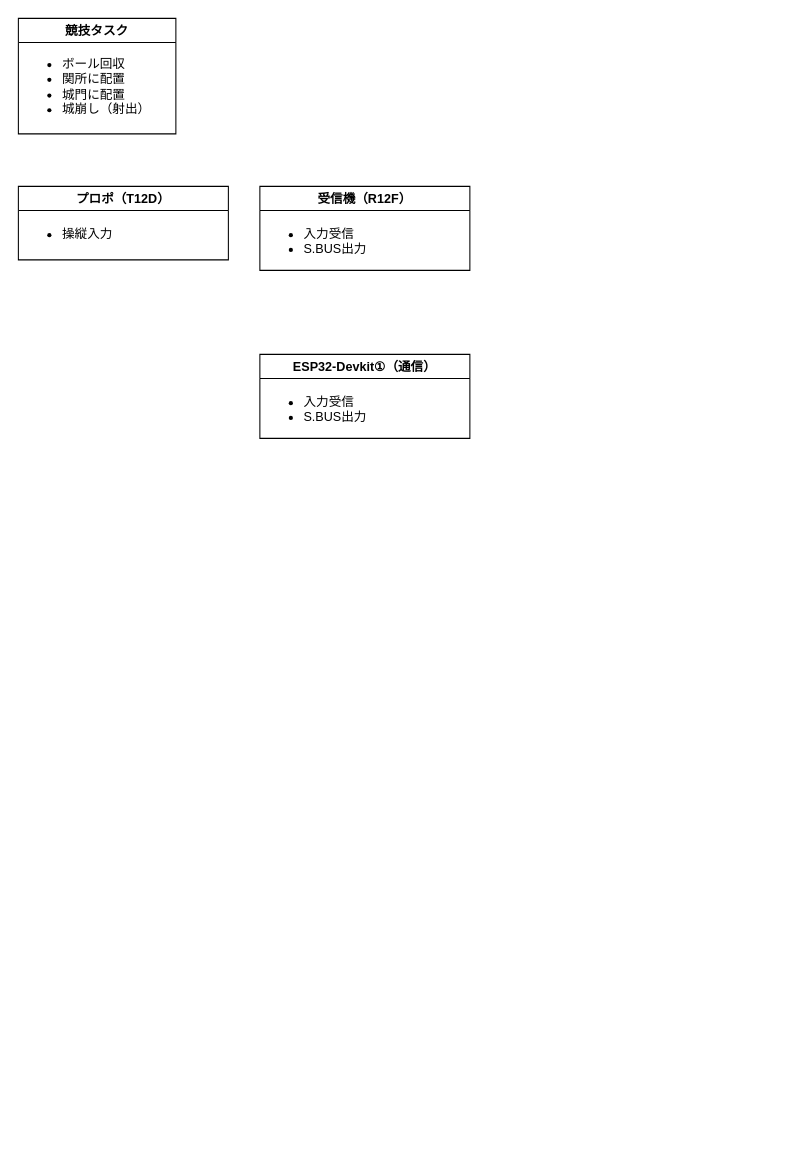
Above: とうロボ2026_G-robo_システム構成.drawio in e3kef/tourobo2026-Grobo (draw.io), before the change. Source tidied: cells renumbered, new cells numbered last; positions are measured from the earlier drawing's top-left corner, leaving out a move shared by most shapes. Both pictures are drawn from the tidied source at 105%, with x=0, y=0 at pixel (18, 18).
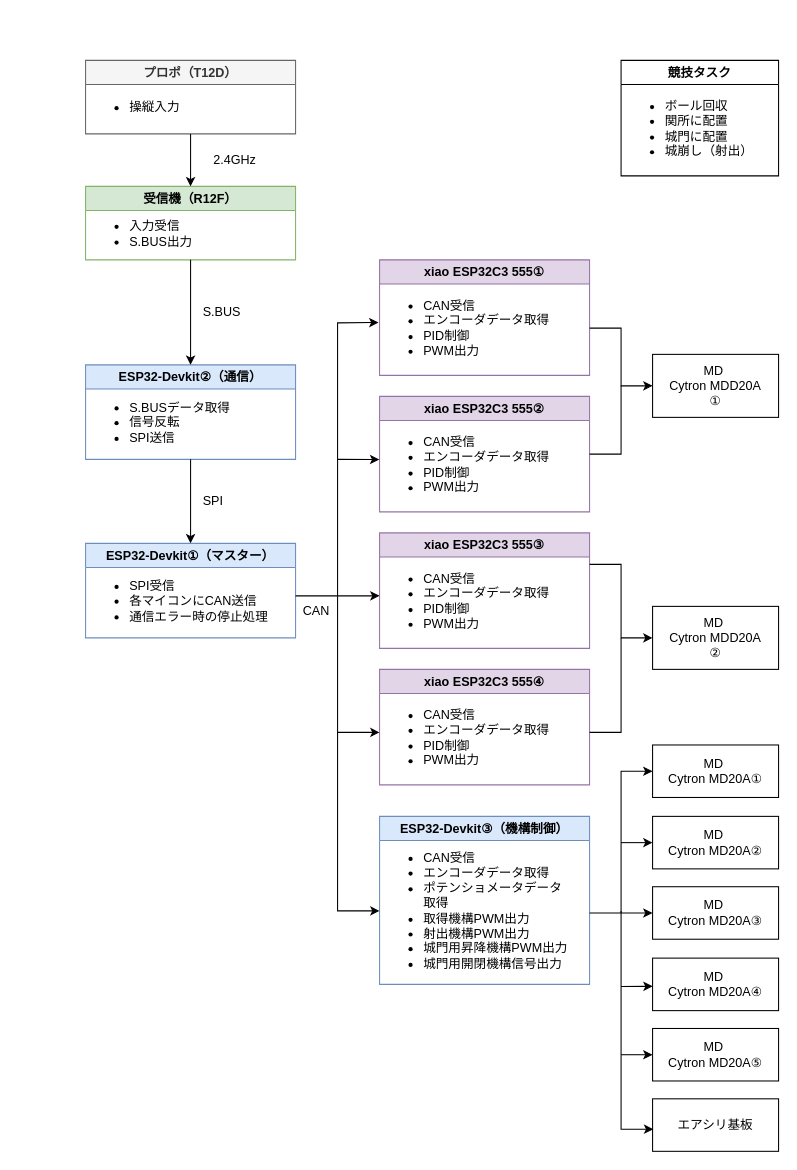
After the change.

What changed in the source:
```diff
@@
     <mxCell id="2" value="競技タスク" style="swimlane;whiteSpace=wrap;html=1;" parent="1" vertex="1">
-      <mxGeometry width="150" height="110" as="geometry" />
+      <mxGeometry x="574" y="40" width="150" height="110" as="geometry" />
     </mxCell>
@@
-    <mxCell id="4" value="プロポ（T12D）" style="swimlane;whiteSpace=wrap;html=1;startSize=23;" parent="1" vertex="1">
-      <mxGeometry y="160" width="200" height="70" as="geometry" />
+    <mxCell id="4" value="プロポ（T12D）" style="swimlane;whiteSpace=wrap;html=1;startSize=23;fillColor=#f5f5f5;strokeColor=#666666;fontColor=#333333;" parent="1" vertex="1">
+      <mxGeometry x="64" y="40" width="200" height="70" as="geometry" />
     </mxCell>
-    <mxCell id="5" value="&lt;ul&gt;&lt;li&gt;操縦入力&lt;/li&gt;&lt;/ul&gt;" style="text;html=1;whiteSpace=wrap;strokeColor=none;fillColor=none;align=left;verticalAlign=top;rounded=0;" parent="4" vertex="1">
-      <mxGeometry y="20" width="200" height="30" as="geometry" />
+    <mxCell id="5" value="&lt;ul&gt;&lt;li&gt;操縦入力&lt;/li&gt;&lt;/ul&gt;" style="text;html=1;whiteSpace=wrap;strokeColor=none;fillColor=none;align=left;verticalAlign=middle;rounded=0;" parent="4" vertex="1">
+      <mxGeometry y="30" width="200" height="30" as="geometry" />
     </mxCell>
-    <mxCell id="6" value="受信機（R12F）" style="swimlane;whiteSpace=wrap;html=1;startSize=23;" parent="1" vertex="1">
-      <mxGeometry x="230" y="160" width="200" height="80" as="geometry" />
+    <mxCell id="6" value="受信機（R12F）" style="swimlane;whiteSpace=wrap;html=1;startSize=23;fillColor=#d5e8d4;strokeColor=#82b366;" parent="1" vertex="1">
+      <mxGeometry x="64" y="160" width="200" height="70" as="geometry" />
     </mxCell>
-    <mxCell id="7" value="&lt;div&gt;&lt;ul&gt;&lt;li&gt;入力受信&lt;/li&gt;&lt;li&gt;S.BUS出力&lt;/li&gt;&lt;/ul&gt;&lt;/div&gt;" style="text;html=1;whiteSpace=wrap;strokeColor=none;fillColor=none;align=left;verticalAlign=top;rounded=0;" parent="6" vertex="1">
-      <mxGeometry y="20" width="200" height="30" as="geometry" />
+    <mxCell id="7" value="&lt;div&gt;&lt;ul&gt;&lt;li&gt;入力受信&lt;/li&gt;&lt;li&gt;S.BUS出力&lt;/li&gt;&lt;/ul&gt;&lt;/div&gt;" style="text;html=1;whiteSpace=wrap;strokeColor=none;fillColor=none;align=left;verticalAlign=middle;rounded=0;" parent="6" vertex="1">
+      <mxGeometry y="30" width="200" height="30" as="geometry" />
     </mxCell>
-    <mxCell id="8" value="&lt;div&gt;ESP32-Devkit①（通信）&lt;/div&gt;" style="swimlane;whiteSpace=wrap;html=1;startSize=23;" parent="1" vertex="1">
-      <mxGeometry x="230" y="320" width="200" height="80" as="geometry" />
+    <mxCell id="8" value="&lt;div&gt;ESP32-Devkit②（通信）&lt;/div&gt;" style="swimlane;whiteSpace=wrap;html=1;startSize=23;fillColor=#dae8fc;strokeColor=#6c8ebf;" parent="1" vertex="1">
+      <mxGeometry x="64" y="330" width="200" height="90" as="geometry" />
     </mxCell>
-    <mxCell id="9" value="&lt;div&gt;&lt;ul&gt;&lt;li&gt;入力受信&lt;/li&gt;&lt;li&gt;S.BUS出力&lt;/li&gt;&lt;/ul&gt;&lt;/div&gt;" style="text;html=1;whiteSpace=wrap;strokeColor=none;fillColor=none;align=left;verticalAlign=top;rounded=0;" parent="8" vertex="1">
-      <mxGeometry y="20" width="200" height="30" as="geometry" />
+    <mxCell id="9" value="&lt;ul&gt;&lt;li&gt;S.BUSデータ取得&lt;/li&gt;&lt;li&gt;信号反転&lt;/li&gt;&lt;li&gt;SPI送信&lt;/li&gt;&lt;/ul&gt;" style="text;html=1;whiteSpace=wrap;strokeColor=none;fillColor=none;align=left;verticalAlign=middle;rounded=0;" parent="8" vertex="1">
+      <mxGeometry y="40" width="200" height="30" as="geometry" />
     </mxCell>
+    <mxCell id="10" value="xiao ESP32C3 555①" style="swimlane;whiteSpace=wrap;html=1;startSize=23;fillColor=#e1d5e7;strokeColor=#9673a6;" parent="1" vertex="1">
+      <mxGeometry x="344" y="230" width="200" height="110" as="geometry" />
+    </mxCell>
+    <mxCell id="11" value="&lt;ul&gt;&lt;li&gt;CAN受信&lt;/li&gt;&lt;li&gt;エンコーダデータ取得&lt;/li&gt;&lt;li&gt;PID制御&lt;/li&gt;&lt;li&gt;PWM出力&lt;/li&gt;&lt;/ul&gt;" style="text;html=1;whiteSpace=wrap;strokeColor=none;fillColor=none;align=left;verticalAlign=middle;rounded=0;" parent="10" vertex="1">
+      <mxGeometry y="50" width="200" height="30" as="geometry" />
+    </mxCell>
+    <mxCell id="12" value="xiao ESP32C3 555②" style="swimlane;whiteSpace=wrap;html=1;startSize=23;fillColor=#e1d5e7;strokeColor=#9673a6;" parent="1" vertex="1">
+      <mxGeometry x="344" y="360" width="200" height="110" as="geometry" />
+    </mxCell>
+    <mxCell id="13" value="&lt;ul&gt;&lt;li&gt;CAN受信&lt;/li&gt;&lt;li&gt;エンコーダデータ取得&lt;/li&gt;&lt;li&gt;PID制御&lt;/li&gt;&lt;li&gt;PWM出力&lt;/li&gt;&lt;/ul&gt;" style="text;html=1;whiteSpace=wrap;strokeColor=none;fillColor=none;align=left;verticalAlign=middle;rounded=0;" parent="12" vertex="1">
+      <mxGeometry y="50" width="200" height="30" as="geometry" />
+    </mxCell>
+    <mxCell id="14" value="xiao ESP32C3 555③" style="swimlane;whiteSpace=wrap;html=1;startSize=23;fillColor=#e1d5e7;strokeColor=#9673a6;" parent="1" vertex="1">
+      <mxGeometry x="344" y="490" width="200" height="110" as="geometry" />
+    </mxCell>
+    <mxCell id="15" value="&lt;ul&gt;&lt;li&gt;CAN受信&lt;/li&gt;&lt;li&gt;エンコーダデータ取得&lt;/li&gt;&lt;li&gt;PID制御&lt;/li&gt;&lt;li&gt;PWM出力&lt;/li&gt;&lt;/ul&gt;" style="text;html=1;whiteSpace=wrap;strokeColor=none;fillColor=none;align=left;verticalAlign=middle;rounded=0;" parent="14" vertex="1">
+      <mxGeometry y="50" width="200" height="30" as="geometry" />
+    </mxCell>
+    <mxCell id="16" value="xiao ESP32C3 555④" style="swimlane;whiteSpace=wrap;html=1;startSize=23;fillColor=#e1d5e7;strokeColor=#9673a6;" parent="1" vertex="1">
+      <mxGeometry x="344" y="620" width="200" height="110" as="geometry" />
+    </mxCell>
+    <mxCell id="17" value="&lt;ul&gt;&lt;li&gt;CAN受信&lt;/li&gt;&lt;li&gt;エンコーダデータ取得&lt;/li&gt;&lt;li&gt;PID制御&lt;/li&gt;&lt;li&gt;PWM出力&lt;/li&gt;&lt;/ul&gt;" style="text;html=1;whiteSpace=wrap;strokeColor=none;fillColor=none;align=left;verticalAlign=middle;rounded=0;" parent="16" vertex="1">
+      <mxGeometry y="50" width="200" height="30" as="geometry" />
+    </mxCell>
+    <mxCell id="18" value="&lt;div&gt;ESP32-Devkit①（マスター）&lt;/div&gt;" style="swimlane;whiteSpace=wrap;html=1;startSize=23;fillColor=#dae8fc;strokeColor=#6c8ebf;" parent="1" vertex="1">
+      <mxGeometry x="64" y="500" width="200" height="90" as="geometry" />
+    </mxCell>
+    <mxCell id="19" value="&lt;ul&gt;&lt;li&gt;SPI受信&lt;/li&gt;&lt;li&gt;各マイコンにCAN送信&lt;/li&gt;&lt;li&gt;通信エラー時の停止処理&lt;/li&gt;&lt;/ul&gt;" style="text;html=1;whiteSpace=wrap;strokeColor=none;fillColor=none;align=left;verticalAlign=middle;rounded=0;" parent="18" vertex="1">
+      <mxGeometry y="40" width="200" height="30" as="geometry" />
+    </mxCell>
+    <mxCell id="20" value="&lt;div&gt;ESP32-Devkit③（機構制御）&lt;/div&gt;" style="swimlane;whiteSpace=wrap;html=1;startSize=23;fillColor=#dae8fc;strokeColor=#6c8ebf;" parent="1" vertex="1">
+      <mxGeometry x="344" y="760" width="200" height="160" as="geometry" />
+    </mxCell>
+    <mxCell id="21" value="&lt;ul&gt;&lt;li&gt;CAN受信&lt;/li&gt;&lt;li&gt;&lt;div align=&quot;left&quot;&gt;エンコーダデータ取得&lt;/div&gt;&lt;/li&gt;&lt;li&gt;ポテンショメータデータ取得&lt;/li&gt;&lt;li&gt;取得機構PWM出力&lt;/li&gt;&lt;li&gt;射出機構PWM出力&lt;/li&gt;&lt;li&gt;城門用昇降機構PWM出力&lt;/li&gt;&lt;li&gt;城門用開閉機構信号出力&lt;/li&gt;&lt;/ul&gt;" style="text;html=1;whiteSpace=wrap;strokeColor=none;fillColor=none;align=left;verticalAlign=middle;rounded=0;" parent="20" vertex="1">
+      <mxGeometry y="75" width="180" height="30" as="geometry" />
+    </mxCell>
+    <mxCell id="22" style="endArrow=classic;html=1;rounded=0;exitX=0.5;exitY=1;exitDx=0;exitDy=0;entryX=0.5;entryY=0;entryDx=0;entryDy=0;" parent="1" edge="1" source="6" target="8">
+      <mxGeometry relative="1" as="geometry" />
+    </mxCell>
+    <mxCell id="23" style="endArrow=classic;html=1;rounded=0;exitX=0.5;exitY=1;exitDx=0;exitDy=0;" parent="1" edge="1" source="4" target="6">
+      <mxGeometry relative="1" as="geometry" />
+    </mxCell>
+    <mxCell id="24" style="endArrow=classic;html=1;rounded=0;exitX=0.5;exitY=1;exitDx=0;exitDy=0;" parent="1" edge="1" source="8" target="18">
+      <mxGeometry relative="1" as="geometry" />
+    </mxCell>
+    <mxCell id="25" value="2.4GHz" style="text;html=1;whiteSpace=wrap;strokeColor=none;fillColor=none;align=left;verticalAlign=middle;rounded=0;" parent="1" vertex="1">
+      <mxGeometry x="184" y="120" width="60" height="30" as="geometry" />
+    </mxCell>
+    <mxCell id="26" value="S.BUS" style="text;html=1;whiteSpace=wrap;strokeColor=none;fillColor=none;align=left;verticalAlign=middle;rounded=0;" parent="1" vertex="1">
+      <mxGeometry x="174" y="265" width="60" height="30" as="geometry" />
+    </mxCell>
+    <mxCell id="27" value="SPI" style="text;html=1;whiteSpace=wrap;strokeColor=none;fillColor=none;align=left;verticalAlign=middle;rounded=0;" parent="1" vertex="1">
+      <mxGeometry x="174" y="445" width="60" height="30" as="geometry" />
+    </mxCell>
+    <mxCell id="28" style="endArrow=none;html=1;rounded=0;" parent="1" edge="1">
+      <mxGeometry relative="1" as="geometry">
+        <mxPoint x="264" y="550" as="sourcePoint" />
+        <mxPoint x="304" y="550" as="targetPoint" />
+      </mxGeometry>
+    </mxCell>
+    <mxCell id="29" style="endArrow=classic;html=1;rounded=0;entryX=-0.005;entryY=0.322;entryDx=0;entryDy=0;entryPerimeter=0;" parent="1" edge="1" target="11">
+      <mxGeometry relative="1" as="geometry">
+        <mxPoint x="304" y="550" as="sourcePoint" />
+        <Array as="points">
+          <mxPoint x="304" y="290" />
+        </Array>
+      </mxGeometry>
+    </mxCell>
+    <mxCell id="30" style="endArrow=classic;html=1;rounded=0;entryX=0;entryY=0.5;entryDx=0;entryDy=0;" parent="1" edge="1" target="21">
+      <mxGeometry relative="1" as="geometry">
+        <mxPoint x="304" y="550" as="sourcePoint" />
+        <Array as="points">
+          <mxPoint x="304" y="850" />
+        </Array>
+      </mxGeometry>
+    </mxCell>
+    <mxCell id="31" style="endArrow=classic;html=1;rounded=0;entryX=0;entryY=0.333;entryDx=0;entryDy=0;entryPerimeter=0;" parent="1" edge="1" target="15">
+      <mxGeometry relative="1" as="geometry">
+        <mxPoint x="304" y="550" as="sourcePoint" />
+      </mxGeometry>
+    </mxCell>
+    <mxCell id="32" style="endArrow=classic;html=1;rounded=0;entryX=-0.001;entryY=0.338;entryDx=0;entryDy=0;entryPerimeter=0;" parent="1" edge="1" target="13">
+      <mxGeometry relative="1" as="geometry">
+        <mxPoint x="304" y="420" as="sourcePoint" />
+      </mxGeometry>
+    </mxCell>
+    <mxCell id="33" style="endArrow=classic;html=1;rounded=0;" parent="1" edge="1">
+      <mxGeometry relative="1" as="geometry">
+        <mxPoint x="304" y="680" as="sourcePoint" />
+        <mxPoint x="344" y="680" as="targetPoint" />
+      </mxGeometry>
+    </mxCell>
+    <mxCell id="34" value="CAN" style="text;html=1;whiteSpace=wrap;strokeColor=none;fillColor=none;align=center;verticalAlign=middle;rounded=0;" parent="1" vertex="1">
+      <mxGeometry x="254" y="550" width="60" height="30" as="geometry" />
+    </mxCell>
+    <mxCell id="35" value="MD&amp;nbsp;&lt;br&gt;Cytron MDD20A&lt;br&gt;①" style="rounded=0;whiteSpace=wrap;html=1;" parent="1" vertex="1">
+      <mxGeometry x="604" y="320" width="120" height="60" as="geometry" />
+    </mxCell>
+    <mxCell id="36" value="MD&amp;nbsp;&lt;br&gt;Cytron MDD20A&lt;br&gt;②" style="rounded=0;whiteSpace=wrap;html=1;" parent="1" vertex="1">
+      <mxGeometry x="604" y="560" width="120" height="60" as="geometry" />
+    </mxCell>
+    <mxCell id="37" style="endArrow=classic;html=1;rounded=0;exitX=1;exitY=0.5;exitDx=0;exitDy=0;entryX=0;entryY=0.5;entryDx=0;entryDy=0;" parent="1" edge="1" source="11" target="35">
+      <mxGeometry relative="1" as="geometry">
+        <Array as="points">
+          <mxPoint x="574" y="295" />
+          <mxPoint x="574" y="350" />
+        </Array>
+      </mxGeometry>
+    </mxCell>
+    <mxCell id="38" style="endArrow=none;html=1;rounded=0;exitX=1;exitY=0.5;exitDx=0;exitDy=0;" parent="1" edge="1" source="12">
+      <mxGeometry relative="1" as="geometry">
+        <mxPoint x="574" y="350" as="targetPoint" />
+        <Array as="points">
+          <mxPoint x="574" y="415" />
+        </Array>
+      </mxGeometry>
+    </mxCell>
+    <mxCell id="39" style="endArrow=classic;html=1;rounded=0;entryX=0;entryY=0.5;entryDx=0;entryDy=0;" parent="1" edge="1">
+      <mxGeometry relative="1" as="geometry">
+        <mxPoint x="544" y="520" as="sourcePoint" />
+        <mxPoint x="604" y="590" as="targetPoint" />
+        <Array as="points">
+          <mxPoint x="574" y="520" />
+          <mxPoint x="574" y="590" />
+        </Array>
+      </mxGeometry>
+    </mxCell>
+    <mxCell id="40" style="endArrow=none;html=1;rounded=0;exitX=1;exitY=0.5;exitDx=0;exitDy=0;" parent="1" edge="1">
+      <mxGeometry relative="1" as="geometry">
+        <mxPoint x="544" y="680" as="sourcePoint" />
+        <mxPoint x="574" y="590" as="targetPoint" />
+        <Array as="points">
+          <mxPoint x="574" y="680" />
+        </Array>
+      </mxGeometry>
+    </mxCell>
+    <mxCell id="41" value="MD&amp;nbsp;&lt;br&gt;Cytron MD20A①" style="rounded=0;whiteSpace=wrap;html=1;" parent="1" vertex="1">
+      <mxGeometry x="604" y="692" width="120" height="50" as="geometry" />
+    </mxCell>
+    <mxCell id="42" value="MD&amp;nbsp;&lt;br&gt;Cytron MD20A②" style="rounded=0;whiteSpace=wrap;html=1;" parent="1" vertex="1">
+      <mxGeometry x="604" y="760" width="120" height="50" as="geometry" />
+    </mxCell>
+    <mxCell id="43" value="MD&amp;nbsp;&lt;br&gt;Cytron MD20A③" style="rounded=0;whiteSpace=wrap;html=1;" parent="1" vertex="1">
+      <mxGeometry x="604" y="827" width="120" height="50" as="geometry" />
+    </mxCell>
+    <mxCell id="44" value="MD&amp;nbsp;&lt;br&gt;Cytron MD20A④" style="rounded=0;whiteSpace=wrap;html=1;" parent="1" vertex="1">
+      <mxGeometry x="604" y="895" width="120" height="50" as="geometry" />
+    </mxCell>
+    <mxCell id="45" value="MD&amp;nbsp;&lt;br&gt;Cytron MD20A⑤" style="rounded=0;whiteSpace=wrap;html=1;" parent="1" vertex="1">
+      <mxGeometry x="604" y="962" width="120" height="50" as="geometry" />
+    </mxCell>
+    <mxCell id="46" style="endArrow=classic;html=1;rounded=0;entryX=0;entryY=0.5;entryDx=0;entryDy=0;" parent="1" edge="1" target="43">
+      <mxGeometry relative="1" as="geometry">
+        <mxPoint x="544" y="852" as="sourcePoint" />
+      </mxGeometry>
+    </mxCell>
+    <mxCell id="47" style="endArrow=classic;html=1;rounded=0;entryX=0;entryY=0.5;entryDx=0;entryDy=0;" parent="1" edge="1" target="41">
+      <mxGeometry relative="1" as="geometry">
+        <mxPoint x="574" y="852" as="sourcePoint" />
+        <Array as="points">
+          <mxPoint x="574" y="717" />
+        </Array>
+      </mxGeometry>
+    </mxCell>
+    <mxCell id="48" style="endArrow=classic;html=1;rounded=0;entryX=0.001;entryY=0.538;entryDx=0;entryDy=0;entryPerimeter=0;" parent="1" edge="1" target="44">
+      <mxGeometry relative="1" as="geometry">
+        <mxPoint x="574" y="922" as="sourcePoint" />
+      </mxGeometry>
+    </mxCell>
+    <mxCell id="49" style="endArrow=classic;html=1;rounded=0;entryX=0;entryY=0.5;entryDx=0;entryDy=0;" parent="1" edge="1" target="42">
+      <mxGeometry relative="1" as="geometry">
+        <mxPoint x="574" y="785" as="sourcePoint" />
+      </mxGeometry>
+    </mxCell>
+    <mxCell id="50" value="エアシリ基板" style="rounded=0;whiteSpace=wrap;html=1;" parent="1" vertex="1">
+      <mxGeometry x="604" y="1029" width="120" height="50" as="geometry" />
+    </mxCell>
+    <mxCell id="51" style="endArrow=classic;html=1;rounded=0;entryX=0.006;entryY=0.578;entryDx=0;entryDy=0;entryPerimeter=0;" parent="1" edge="1" target="50">
+      <mxGeometry relative="1" as="geometry">
+        <mxPoint x="574" y="850" as="sourcePoint" />
+        <Array as="points">
+          <mxPoint x="574" y="1057.9" />
+        </Array>
+      </mxGeometry>
+    </mxCell>
+    <mxCell id="52" style="endArrow=classic;html=1;rounded=0;entryX=0;entryY=0.5;entryDx=0;entryDy=0;" parent="1" edge="1" target="45">
+      <mxGeometry relative="1" as="geometry">
+        <mxPoint x="574" y="987" as="sourcePoint" />
+      </mxGeometry>
+    </mxCell>
```
